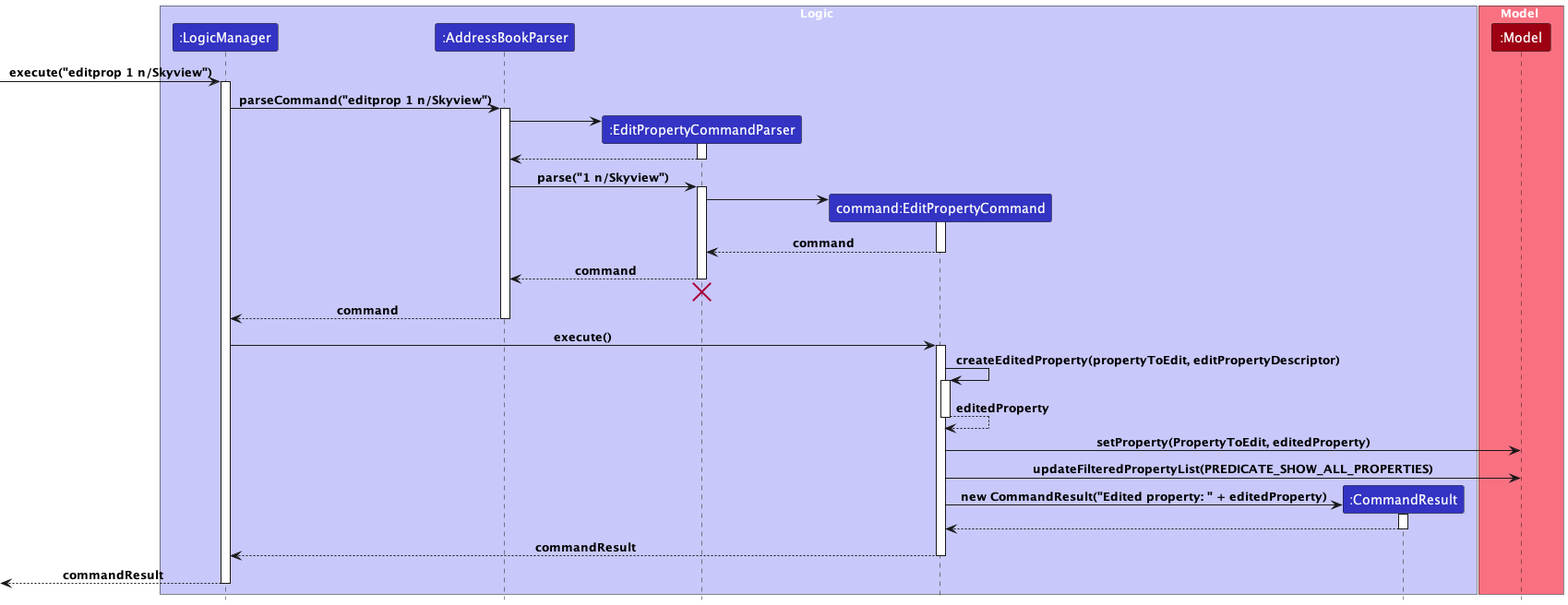
The PlantUML diagram docs/images/EditPropertySequenceDiagram.png in saraozn/tp, before a commit.
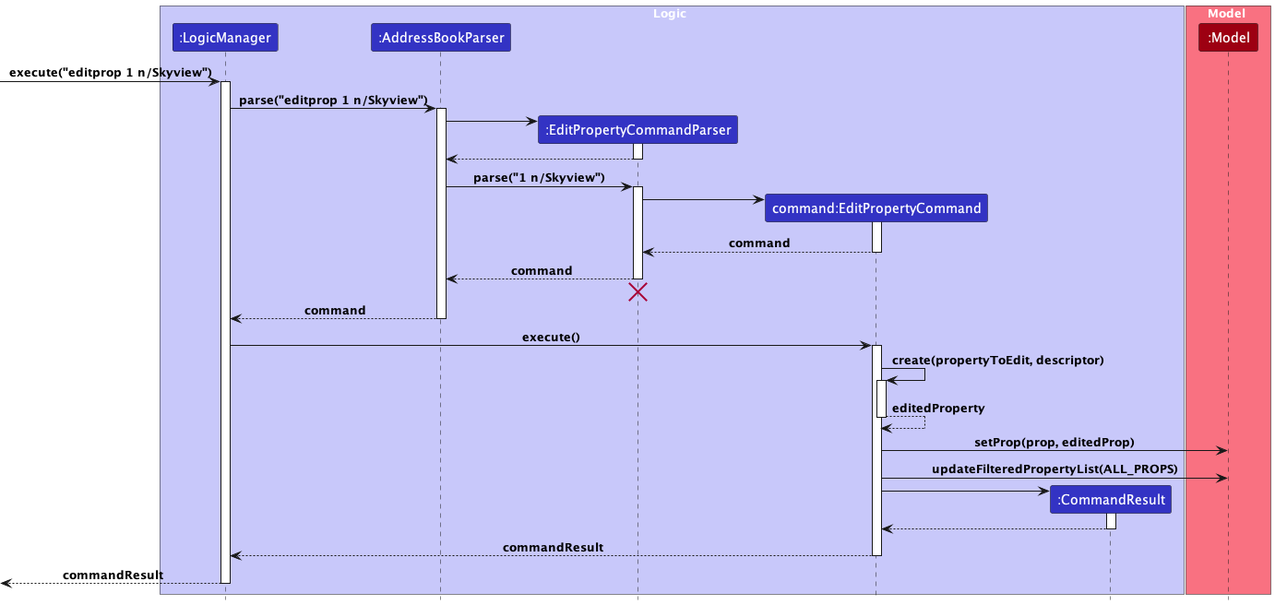
After the change.

Diff of the diagram source:
```diff
@@ -16,7 +16,7 @@
 [-> LogicManager : execute("editprop 1 n/Skyview")
 activate LogicManager
 
-LogicManager -> AddressBookParser : parseCommand("editprop 1 n/Skyview")
+LogicManager -> AddressBookParser : parse("editprop 1 n/Skyview")
 activate AddressBookParser
 
 create EditPropertyCommandParser
@@ -47,17 +47,17 @@
 LogicManager -> EditPropertyCommand : execute()
 activate EditPropertyCommand
 
-EditPropertyCommand -> EditPropertyCommand : createEditedProperty(propertyToEdit, editPropertyDescriptor)
+EditPropertyCommand -> EditPropertyCommand : create(propertyToEdit, descriptor)
 activate EditPropertyCommand
 EditPropertyCommand --> EditPropertyCommand : editedProperty
 deactivate EditPropertyCommand
 
-EditPropertyCommand -> Model : setProperty(PropertyToEdit, editedProperty)
+EditPropertyCommand -> Model : setProp(prop, editedProp)
 
-EditPropertyCommand -> Model : updateFilteredPropertyList(PREDICATE_SHOW_ALL_PROPERTIES)
+EditPropertyCommand -> Model : updateFilteredPropertyList(ALL_PROPS)
 
 create CommandResult
-EditPropertyCommand -> CommandResult : new CommandResult("Edited property: " + editedProperty)
+EditPropertyCommand -> CommandResult :
 activate CommandResult
 
 CommandResult --> EditPropertyCommand
```
